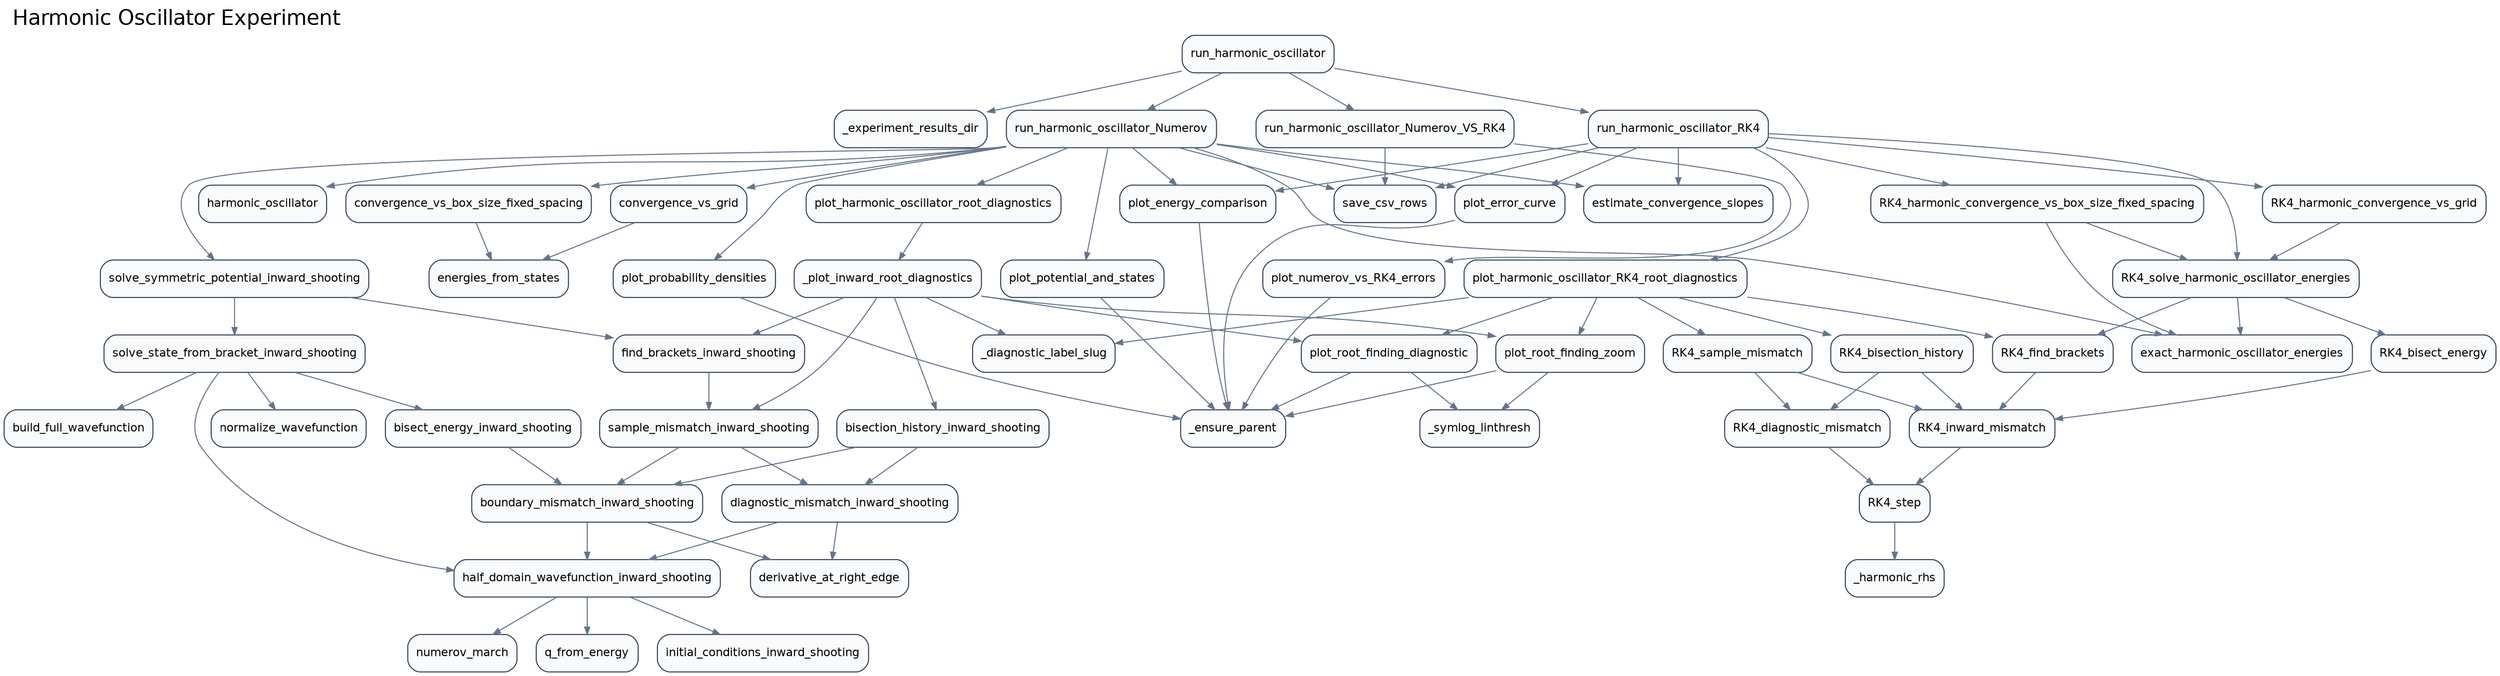
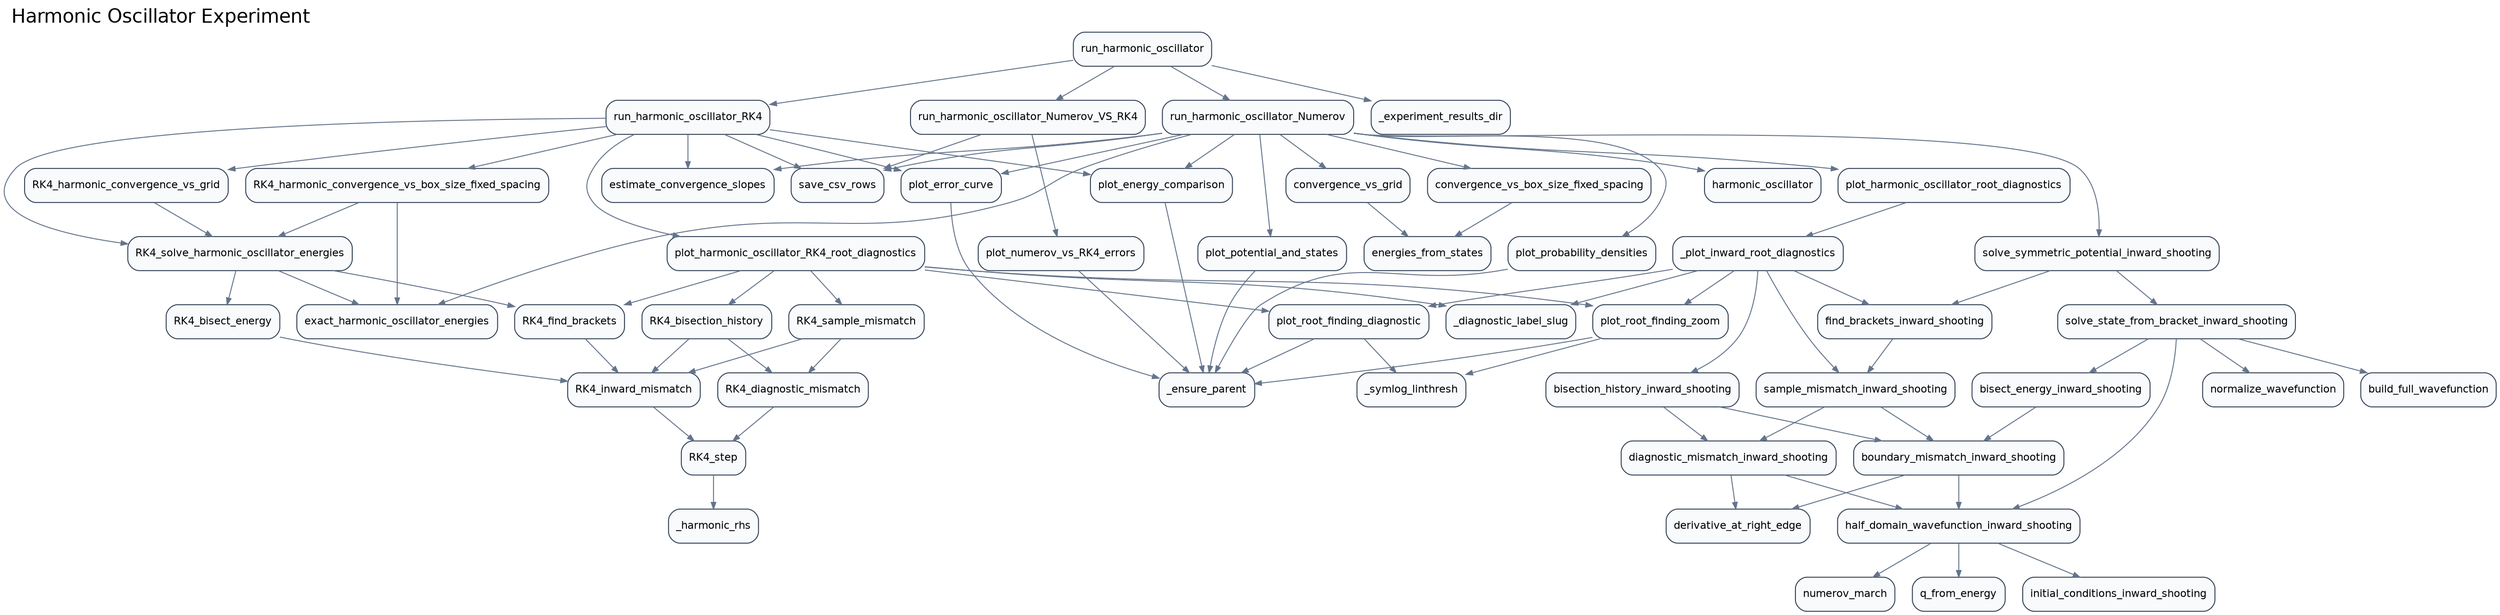
digraph G {
  rankdir="TB";
  graph [labeljust="l", labelloc="t", fontsize=20, fontname="Helvetica"];
  label="Harmonic Oscillator Experiment";
  node [shape=box, style="rounded,filled", fillcolor="#F8FAFC", color="#334155", fontname="Helvetica", fontsize=11];
  edge [color="#64748B", arrowsize=0.7];
+   src_RK4_harmonic_oscillator_RK4_bisect_energy [label="RK4_bisect_energy"];
+   src_RK4_harmonic_oscillator_RK4_bisection_history [label="RK4_bisection_history"];
+   src_RK4_harmonic_oscillator_RK4_diagnostic_mismatch [label="RK4_diagnostic_mismatch"];
+   src_RK4_harmonic_oscillator_RK4_find_brackets [label="RK4_find_brackets"];
+   src_RK4_harmonic_oscillator_RK4_harmonic_convergence_vs_box_size_fixed_spacing [label="RK4_harmonic_convergence_vs_box_size_fixed_spacing"];
+   src_RK4_harmonic_oscillator_RK4_harmonic_convergence_vs_grid [label="RK4_harmonic_convergence_vs_grid"];
+   src_RK4_harmonic_oscillator_RK4_inward_mismatch [label="RK4_inward_mismatch"];
+   src_RK4_harmonic_oscillator_RK4_sample_mismatch [label="RK4_sample_mismatch"];
+   src_RK4_harmonic_oscillator_RK4_solve_harmonic_oscillator_energies [label="RK4_solve_harmonic_oscillator_energies"];
+   src_RK4_harmonic_oscillator_RK4_step [label="RK4_step"];
+   src_RK4_harmonic_oscillator__harmonic_rhs [label="_harmonic_rhs"];
  src_analysis_convergence_vs_box_size_fixed_spacing [label="convergence_vs_box_size_fixed_spacing"];
  src_analysis_convergence_vs_grid [label="convergence_vs_grid"];
  src_analysis_energies_from_states [label="energies_from_states"];
  src_analysis_estimate_convergence_slopes [label="estimate_convergence_slopes"];
  src_analysis_exact_harmonic_oscillator_energies [label="exact_harmonic_oscillator_energies"];
  src_analysis_save_csv_rows [label="save_csv_rows"];
  src_diagnostics__diagnostic_label_slug [label="_diagnostic_label_slug"];
  src_diagnostics__plot_inward_root_diagnostics [label="_plot_inward_root_diagnostics"];
  src_diagnostics_plot_harmonic_oscillator_RK4_root_diagnostics [label="plot_harmonic_oscillator_RK4_root_diagnostics"];
  src_diagnostics_plot_harmonic_oscillator_root_diagnostics [label="plot_harmonic_oscillator_root_diagnostics"];
  src_experiments__experiment_results_dir [label="_experiment_results_dir"];
  src_experiments_run_harmonic_oscillator [label="run_harmonic_oscillator"];
  src_experiments_run_harmonic_oscillator_Numerov [label="run_harmonic_oscillator_Numerov"];
  src_experiments_run_harmonic_oscillator_Numerov_VS_RK4 [label="run_harmonic_oscillator_Numerov_VS_RK4"];
  src_experiments_run_harmonic_oscillator_RK4 [label="run_harmonic_oscillator_RK4"];
  src_numerov_derivative_at_right_edge [label="derivative_at_right_edge"];
  src_numerov_normalize_wavefunction [label="normalize_wavefunction"];
  src_numerov_numerov_march [label="numerov_march"];
  src_numerov_q_from_energy [label="q_from_energy"];
  src_plotting__ensure_parent [label="_ensure_parent"];
  src_plotting__symlog_linthresh [label="_symlog_linthresh"];
  src_plotting_plot_energy_comparison [label="plot_energy_comparison"];
  src_plotting_plot_error_curve [label="plot_error_curve"];
  src_plotting_plot_numerov_vs_RK4_errors [label="plot_numerov_vs_RK4_errors"];
  src_plotting_plot_potential_and_states [label="plot_potential_and_states"];
  src_plotting_plot_probability_densities [label="plot_probability_densities"];
  src_plotting_plot_root_finding_diagnostic [label="plot_root_finding_diagnostic"];
  src_plotting_plot_root_finding_zoom [label="plot_root_finding_zoom"];
  src_potentials_harmonic_oscillator [label="harmonic_oscillator"];
-   src_rk4_compare_RK4_bisect_energy [label="RK4_bisect_energy"];
-   src_rk4_compare_RK4_bisection_history [label="RK4_bisection_history"];
-   src_rk4_compare_RK4_diagnostic_mismatch [label="RK4_diagnostic_mismatch"];
-   src_rk4_compare_RK4_find_brackets [label="RK4_find_brackets"];
-   src_rk4_compare_RK4_harmonic_convergence_vs_box_size_fixed_spacing [label="RK4_harmonic_convergence_vs_box_size_fixed_spacing"];
-   src_rk4_compare_RK4_harmonic_convergence_vs_grid [label="RK4_harmonic_convergence_vs_grid"];
-   src_rk4_compare_RK4_inward_mismatch [label="RK4_inward_mismatch"];
-   src_rk4_compare_RK4_sample_mismatch [label="RK4_sample_mismatch"];
-   src_rk4_compare_RK4_solve_harmonic_oscillator_energies [label="RK4_solve_harmonic_oscillator_energies"];
-   src_rk4_compare_RK4_step [label="RK4_step"];
-   src_rk4_compare__harmonic_rhs [label="_harmonic_rhs"];
  src_shooting_bisect_energy_inward_shooting [label="bisect_energy_inward_shooting"];
  src_shooting_bisection_history_inward_shooting [label="bisection_history_inward_shooting"];
  src_shooting_boundary_mismatch_inward_shooting [label="boundary_mismatch_inward_shooting"];
  src_shooting_build_full_wavefunction [label="build_full_wavefunction"];
  src_shooting_diagnostic_mismatch_inward_shooting [label="diagnostic_mismatch_inward_shooting"];
  src_shooting_find_brackets_inward_shooting [label="find_brackets_inward_shooting"];
  src_shooting_half_domain_wavefunction_inward_shooting [label="half_domain_wavefunction_inward_shooting"];
  src_shooting_initial_conditions_inward_shooting [label="initial_conditions_inward_shooting"];
  src_shooting_sample_mismatch_inward_shooting [label="sample_mismatch_inward_shooting"];
  src_shooting_solve_state_from_bracket_inward_shooting [label="solve_state_from_bracket_inward_shooting"];
  src_shooting_solve_symmetric_potential_inward_shooting [label="solve_symmetric_potential_inward_shooting"];
+   src_RK4_harmonic_oscillator_RK4_bisect_energy -> src_RK4_harmonic_oscillator_RK4_inward_mismatch;
+   src_RK4_harmonic_oscillator_RK4_bisection_history -> src_RK4_harmonic_oscillator_RK4_diagnostic_mismatch;
+   src_RK4_harmonic_oscillator_RK4_bisection_history -> src_RK4_harmonic_oscillator_RK4_inward_mismatch;
+   src_RK4_harmonic_oscillator_RK4_diagnostic_mismatch -> src_RK4_harmonic_oscillator_RK4_step;
+   src_RK4_harmonic_oscillator_RK4_find_brackets -> src_RK4_harmonic_oscillator_RK4_inward_mismatch;
+   src_RK4_harmonic_oscillator_RK4_harmonic_convergence_vs_box_size_fixed_spacing -> src_RK4_harmonic_oscillator_RK4_solve_harmonic_oscillator_energies;
+   src_RK4_harmonic_oscillator_RK4_harmonic_convergence_vs_box_size_fixed_spacing -> src_analysis_exact_harmonic_oscillator_energies;
+   src_RK4_harmonic_oscillator_RK4_harmonic_convergence_vs_grid -> src_RK4_harmonic_oscillator_RK4_solve_harmonic_oscillator_energies;
+   src_RK4_harmonic_oscillator_RK4_inward_mismatch -> src_RK4_harmonic_oscillator_RK4_step;
+   src_RK4_harmonic_oscillator_RK4_sample_mismatch -> src_RK4_harmonic_oscillator_RK4_diagnostic_mismatch;
+   src_RK4_harmonic_oscillator_RK4_sample_mismatch -> src_RK4_harmonic_oscillator_RK4_inward_mismatch;
+   src_RK4_harmonic_oscillator_RK4_solve_harmonic_oscillator_energies -> src_RK4_harmonic_oscillator_RK4_bisect_energy;
+   src_RK4_harmonic_oscillator_RK4_solve_harmonic_oscillator_energies -> src_RK4_harmonic_oscillator_RK4_find_brackets;
+   src_RK4_harmonic_oscillator_RK4_solve_harmonic_oscillator_energies -> src_analysis_exact_harmonic_oscillator_energies;
+   src_RK4_harmonic_oscillator_RK4_step -> src_RK4_harmonic_oscillator__harmonic_rhs;
  src_analysis_convergence_vs_box_size_fixed_spacing -> src_analysis_energies_from_states;
  src_analysis_convergence_vs_grid -> src_analysis_energies_from_states;
  src_diagnostics__plot_inward_root_diagnostics -> src_diagnostics__diagnostic_label_slug;
  src_diagnostics__plot_inward_root_diagnostics -> src_plotting_plot_root_finding_diagnostic;
  src_diagnostics__plot_inward_root_diagnostics -> src_plotting_plot_root_finding_zoom;
  src_diagnostics__plot_inward_root_diagnostics -> src_shooting_bisection_history_inward_shooting;
  src_diagnostics__plot_inward_root_diagnostics -> src_shooting_find_brackets_inward_shooting;
  src_diagnostics__plot_inward_root_diagnostics -> src_shooting_sample_mismatch_inward_shooting;
+   src_diagnostics_plot_harmonic_oscillator_RK4_root_diagnostics -> src_RK4_harmonic_oscillator_RK4_bisection_history;
+   src_diagnostics_plot_harmonic_oscillator_RK4_root_diagnostics -> src_RK4_harmonic_oscillator_RK4_find_brackets;
+   src_diagnostics_plot_harmonic_oscillator_RK4_root_diagnostics -> src_RK4_harmonic_oscillator_RK4_sample_mismatch;
  src_diagnostics_plot_harmonic_oscillator_RK4_root_diagnostics -> src_diagnostics__diagnostic_label_slug;
  src_diagnostics_plot_harmonic_oscillator_RK4_root_diagnostics -> src_plotting_plot_root_finding_diagnostic;
  src_diagnostics_plot_harmonic_oscillator_RK4_root_diagnostics -> src_plotting_plot_root_finding_zoom;
-   src_diagnostics_plot_harmonic_oscillator_RK4_root_diagnostics -> src_rk4_compare_RK4_bisection_history;
-   src_diagnostics_plot_harmonic_oscillator_RK4_root_diagnostics -> src_rk4_compare_RK4_find_brackets;
-   src_diagnostics_plot_harmonic_oscillator_RK4_root_diagnostics -> src_rk4_compare_RK4_sample_mismatch;
  src_diagnostics_plot_harmonic_oscillator_root_diagnostics -> src_diagnostics__plot_inward_root_diagnostics;
  src_experiments_run_harmonic_oscillator -> src_experiments__experiment_results_dir;
  src_experiments_run_harmonic_oscillator -> src_experiments_run_harmonic_oscillator_Numerov;
  src_experiments_run_harmonic_oscillator -> src_experiments_run_harmonic_oscillator_Numerov_VS_RK4;
  src_experiments_run_harmonic_oscillator -> src_experiments_run_harmonic_oscillator_RK4;
  src_experiments_run_harmonic_oscillator_Numerov -> src_analysis_convergence_vs_box_size_fixed_spacing;
  src_experiments_run_harmonic_oscillator_Numerov -> src_analysis_convergence_vs_grid;
  src_experiments_run_harmonic_oscillator_Numerov -> src_analysis_estimate_convergence_slopes;
  src_experiments_run_harmonic_oscillator_Numerov -> src_analysis_exact_harmonic_oscillator_energies;
  src_experiments_run_harmonic_oscillator_Numerov -> src_analysis_save_csv_rows;
  src_experiments_run_harmonic_oscillator_Numerov -> src_diagnostics_plot_harmonic_oscillator_root_diagnostics;
  src_experiments_run_harmonic_oscillator_Numerov -> src_plotting_plot_energy_comparison;
  src_experiments_run_harmonic_oscillator_Numerov -> src_plotting_plot_error_curve;
  src_experiments_run_harmonic_oscillator_Numerov -> src_plotting_plot_potential_and_states;
  src_experiments_run_harmonic_oscillator_Numerov -> src_plotting_plot_probability_densities;
  src_experiments_run_harmonic_oscillator_Numerov -> src_potentials_harmonic_oscillator;
  src_experiments_run_harmonic_oscillator_Numerov -> src_shooting_solve_symmetric_potential_inward_shooting;
  src_experiments_run_harmonic_oscillator_Numerov_VS_RK4 -> src_analysis_save_csv_rows;
  src_experiments_run_harmonic_oscillator_Numerov_VS_RK4 -> src_plotting_plot_numerov_vs_RK4_errors;
+   src_experiments_run_harmonic_oscillator_RK4 -> src_RK4_harmonic_oscillator_RK4_harmonic_convergence_vs_box_size_fixed_spacing;
+   src_experiments_run_harmonic_oscillator_RK4 -> src_RK4_harmonic_oscillator_RK4_harmonic_convergence_vs_grid;
+   src_experiments_run_harmonic_oscillator_RK4 -> src_RK4_harmonic_oscillator_RK4_solve_harmonic_oscillator_energies;
  src_experiments_run_harmonic_oscillator_RK4 -> src_analysis_estimate_convergence_slopes;
  src_experiments_run_harmonic_oscillator_RK4 -> src_analysis_save_csv_rows;
  src_experiments_run_harmonic_oscillator_RK4 -> src_diagnostics_plot_harmonic_oscillator_RK4_root_diagnostics;
  src_experiments_run_harmonic_oscillator_RK4 -> src_plotting_plot_energy_comparison;
  src_experiments_run_harmonic_oscillator_RK4 -> src_plotting_plot_error_curve;
-   src_experiments_run_harmonic_oscillator_RK4 -> src_rk4_compare_RK4_harmonic_convergence_vs_box_size_fixed_spacing;
-   src_experiments_run_harmonic_oscillator_RK4 -> src_rk4_compare_RK4_harmonic_convergence_vs_grid;
-   src_experiments_run_harmonic_oscillator_RK4 -> src_rk4_compare_RK4_solve_harmonic_oscillator_energies;
  src_plotting_plot_energy_comparison -> src_plotting__ensure_parent;
  src_plotting_plot_error_curve -> src_plotting__ensure_parent;
  src_plotting_plot_numerov_vs_RK4_errors -> src_plotting__ensure_parent;
  src_plotting_plot_potential_and_states -> src_plotting__ensure_parent;
  src_plotting_plot_probability_densities -> src_plotting__ensure_parent;
  src_plotting_plot_root_finding_diagnostic -> src_plotting__ensure_parent;
  src_plotting_plot_root_finding_diagnostic -> src_plotting__symlog_linthresh;
  src_plotting_plot_root_finding_zoom -> src_plotting__ensure_parent;
  src_plotting_plot_root_finding_zoom -> src_plotting__symlog_linthresh;
-   src_rk4_compare_RK4_bisect_energy -> src_rk4_compare_RK4_inward_mismatch;
-   src_rk4_compare_RK4_bisection_history -> src_rk4_compare_RK4_diagnostic_mismatch;
-   src_rk4_compare_RK4_bisection_history -> src_rk4_compare_RK4_inward_mismatch;
-   src_rk4_compare_RK4_diagnostic_mismatch -> src_rk4_compare_RK4_step;
-   src_rk4_compare_RK4_find_brackets -> src_rk4_compare_RK4_inward_mismatch;
-   src_rk4_compare_RK4_harmonic_convergence_vs_box_size_fixed_spacing -> src_analysis_exact_harmonic_oscillator_energies;
-   src_rk4_compare_RK4_harmonic_convergence_vs_box_size_fixed_spacing -> src_rk4_compare_RK4_solve_harmonic_oscillator_energies;
-   src_rk4_compare_RK4_harmonic_convergence_vs_grid -> src_rk4_compare_RK4_solve_harmonic_oscillator_energies;
-   src_rk4_compare_RK4_inward_mismatch -> src_rk4_compare_RK4_step;
-   src_rk4_compare_RK4_sample_mismatch -> src_rk4_compare_RK4_diagnostic_mismatch;
-   src_rk4_compare_RK4_sample_mismatch -> src_rk4_compare_RK4_inward_mismatch;
-   src_rk4_compare_RK4_solve_harmonic_oscillator_energies -> src_analysis_exact_harmonic_oscillator_energies;
-   src_rk4_compare_RK4_solve_harmonic_oscillator_energies -> src_rk4_compare_RK4_bisect_energy;
-   src_rk4_compare_RK4_solve_harmonic_oscillator_energies -> src_rk4_compare_RK4_find_brackets;
-   src_rk4_compare_RK4_step -> src_rk4_compare__harmonic_rhs;
  src_shooting_bisect_energy_inward_shooting -> src_shooting_boundary_mismatch_inward_shooting;
  src_shooting_bisection_history_inward_shooting -> src_shooting_boundary_mismatch_inward_shooting;
  src_shooting_bisection_history_inward_shooting -> src_shooting_diagnostic_mismatch_inward_shooting;
  src_shooting_boundary_mismatch_inward_shooting -> src_numerov_derivative_at_right_edge;
  src_shooting_boundary_mismatch_inward_shooting -> src_shooting_half_domain_wavefunction_inward_shooting;
  src_shooting_diagnostic_mismatch_inward_shooting -> src_numerov_derivative_at_right_edge;
  src_shooting_diagnostic_mismatch_inward_shooting -> src_shooting_half_domain_wavefunction_inward_shooting;
  src_shooting_find_brackets_inward_shooting -> src_shooting_sample_mismatch_inward_shooting;
  src_shooting_half_domain_wavefunction_inward_shooting -> src_numerov_numerov_march;
  src_shooting_half_domain_wavefunction_inward_shooting -> src_numerov_q_from_energy;
  src_shooting_half_domain_wavefunction_inward_shooting -> src_shooting_initial_conditions_inward_shooting;
  src_shooting_sample_mismatch_inward_shooting -> src_shooting_boundary_mismatch_inward_shooting;
  src_shooting_sample_mismatch_inward_shooting -> src_shooting_diagnostic_mismatch_inward_shooting;
  src_shooting_solve_state_from_bracket_inward_shooting -> src_numerov_normalize_wavefunction;
  src_shooting_solve_state_from_bracket_inward_shooting -> src_shooting_bisect_energy_inward_shooting;
  src_shooting_solve_state_from_bracket_inward_shooting -> src_shooting_build_full_wavefunction;
  src_shooting_solve_state_from_bracket_inward_shooting -> src_shooting_half_domain_wavefunction_inward_shooting;
  src_shooting_solve_symmetric_potential_inward_shooting -> src_shooting_find_brackets_inward_shooting;
  src_shooting_solve_symmetric_potential_inward_shooting -> src_shooting_solve_state_from_bracket_inward_shooting;
}
